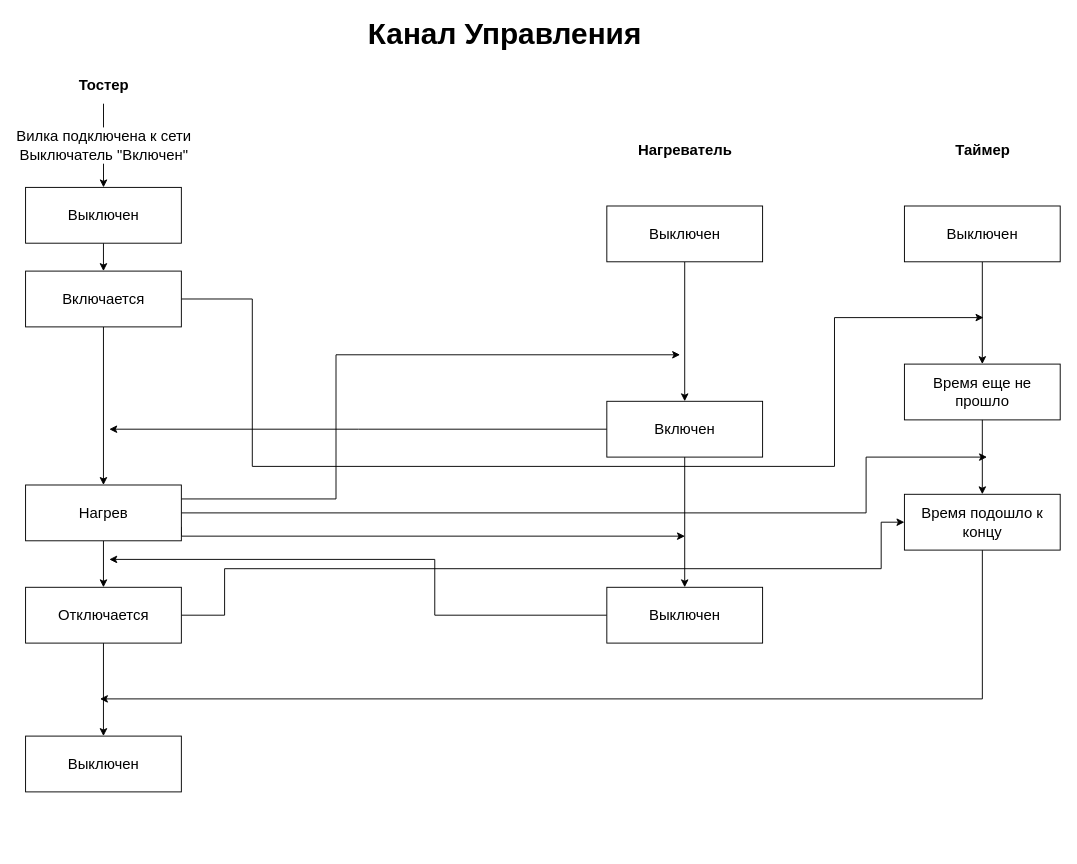
The draw.io diagram page "КУ" (5 of 5) of lab_05/Тостер.drawio in xanderkov/ics7-OOP, before the edit. Source tidied: cells renumbered, new cells numbered last; positions are measured from the earlier drawing's top-left corner, leaving out a move shared by most shapes. Both pictures are drawn from the tidied source at 93%, with x=0, y=0 at pixel (25, 20).
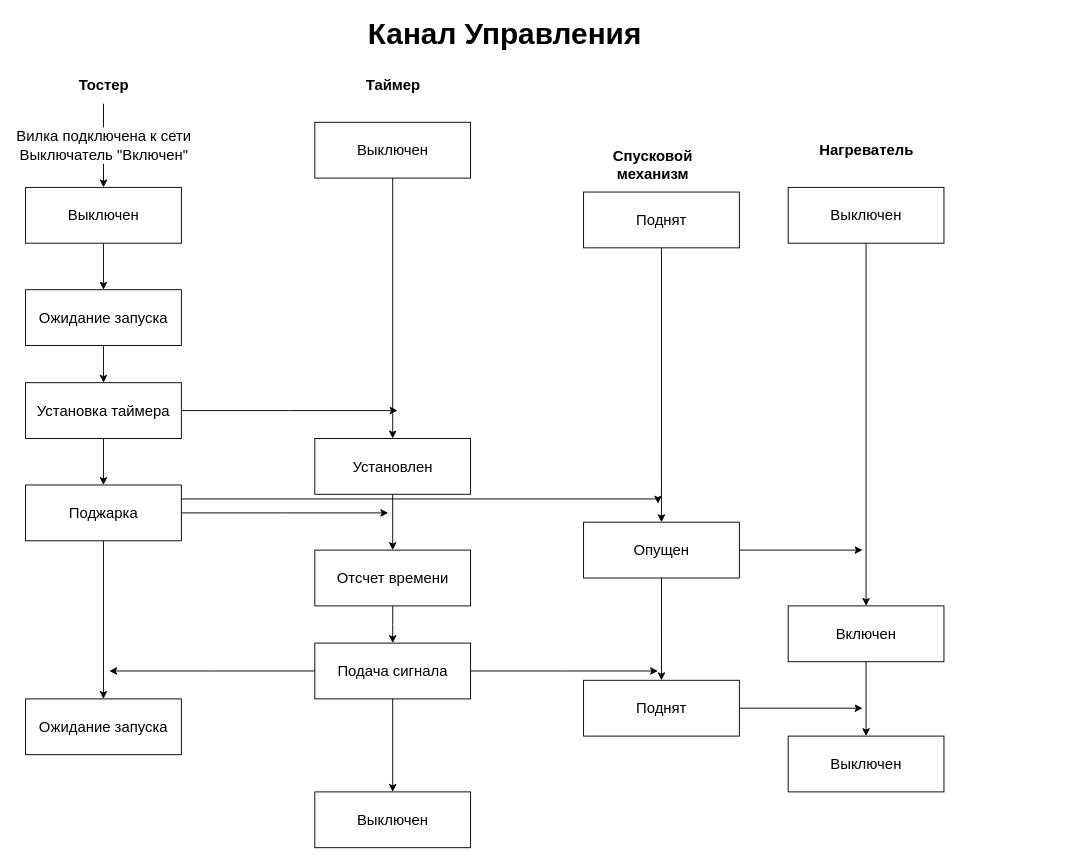
Above is the later version.

The edit, as a diff of the source:
```diff
@@
-    <mxCell id="5" style="edgeStyle=orthogonalEdgeStyle;rounded=0;jettySize=auto;html=1;exitX=0.5;exitY=1;exitDx=0;exitDy=0;entryX=0.5;entryY=0;entryDx=0;entryDy=0;fontSize=16;startArrow=none;startFill=0;" parent="1" edge="1" source="7" target="12">
-      <mxGeometry relative="1" as="geometry" />
-    </mxCell>
-    <mxCell id="6" style="edgeStyle=orthogonalEdgeStyle;rounded=0;jettySize=auto;html=1;exitX=1;exitY=0.5;exitDx=0;exitDy=0;" parent="1" edge="1" source="7">
-      <mxGeometry relative="1" as="geometry">
-        <mxPoint x="1030" y="320" as="targetPoint" />
-        <Array as="points">
-          <mxPoint x="243.8" y="300" />
-          <mxPoint x="243.8" y="480" />
-          <mxPoint x="869.8" y="480" />
-          <mxPoint x="869.8" y="320" />
-        </Array>
-      </mxGeometry>
-    </mxCell>
+    <mxCell id="34" style="edgeStyle=orthogonalEdgeStyle;rounded=0;jettySize=auto;html=1;" parent="1" edge="1" source="7" target="39">
+      <mxGeometry relative="1" as="geometry" />
+    </mxCell>
-    <mxCell id="7" value="Включается" style="rounded=0;whiteSpace=wrap;html=1;fontSize=16;" parent="1" vertex="1">
-      <mxGeometry y="270" width="167.5" height="60" as="geometry" />
+    <mxCell id="7" value="Ожидание запуска" style="rounded=0;whiteSpace=wrap;html=1;fontSize=16;" parent="1" vertex="1">
+      <mxGeometry y="290" width="167.5" height="60" as="geometry" />
     </mxCell>
@@
-    <mxCell id="9" style="edgeStyle=orthogonalEdgeStyle;rounded=0;jettySize=auto;html=1;fontSize=16;startArrow=none;startFill=0;exitX=1;exitY=0.75;exitDx=0;exitDy=0;" parent="1" edge="1" source="12">
-      <mxGeometry relative="1" as="geometry">
-        <mxPoint x="709" y="555" as="targetPoint" />
-        <Array as="points">
-          <mxPoint x="167.8" y="555" />
-        </Array>
-      </mxGeometry>
-    </mxCell>
-    <mxCell id="10" style="edgeStyle=orthogonalEdgeStyle;rounded=0;jettySize=auto;html=1;exitX=1;exitY=0.25;exitDx=0;exitDy=0;" parent="1" edge="1" source="12">
-      <mxGeometry relative="1" as="geometry">
-        <mxPoint x="703.8" y="360" as="targetPoint" />
-        <Array as="points">
-          <mxPoint x="333.8" y="515" />
-          <mxPoint x="333.8" y="360" />
-        </Array>
-      </mxGeometry>
-    </mxCell>
-    <mxCell id="11" style="edgeStyle=orthogonalEdgeStyle;rounded=0;jettySize=auto;html=1;exitX=1;exitY=0.5;exitDx=0;exitDy=0;" parent="1" edge="1" source="12">
-      <mxGeometry relative="1" as="geometry">
-        <mxPoint x="1033.8" y="470" as="targetPoint" />
-        <Array as="points">
-          <mxPoint x="903.8" y="530" />
-          <mxPoint x="903.8" y="470" />
-        </Array>
-      </mxGeometry>
-    </mxCell>
+    <mxCell id="35" style="edgeStyle=orthogonalEdgeStyle;rounded=0;jettySize=auto;html=1;" parent="1" edge="1" source="12">
+      <mxGeometry relative="1" as="geometry">
+        <mxPoint x="390" y="530" as="targetPoint" />
+      </mxGeometry>
+    </mxCell>
+    <mxCell id="36" style="edgeStyle=orthogonalEdgeStyle;rounded=0;jettySize=auto;html=1;exitX=1;exitY=0.25;exitDx=0;exitDy=0;" parent="1" edge="1" source="12">
+      <mxGeometry relative="1" as="geometry">
+        <mxPoint x="680" y="520" as="targetPoint" />
+        <Array as="points">
+          <mxPoint x="680" y="515" />
+        </Array>
+      </mxGeometry>
+    </mxCell>
-    <mxCell id="12" value="Нагрев" style="rounded=0;whiteSpace=wrap;html=1;fontSize=16;" parent="1" vertex="1">
+    <mxCell id="12" value="Поджарка" style="rounded=0;whiteSpace=wrap;html=1;fontSize=16;" parent="1" vertex="1">
       <mxGeometry y="500" width="167.5" height="60" as="geometry" />
     </mxCell>
-    <mxCell id="13" style="edgeStyle=orthogonalEdgeStyle;rounded=0;jettySize=auto;html=1;exitX=0.5;exitY=1;exitDx=0;exitDy=0;entryX=0.5;entryY=0;entryDx=0;entryDy=0;fontSize=16;startArrow=none;startFill=0;" parent="1" edge="1" source="15" target="16">
-      <mxGeometry relative="1" as="geometry" />
-    </mxCell>
-    <mxCell id="14" style="edgeStyle=orthogonalEdgeStyle;rounded=0;jettySize=auto;html=1;exitX=1;exitY=0.5;exitDx=0;exitDy=0;entryX=0;entryY=0.5;entryDx=0;entryDy=0;" parent="1" edge="1" source="15" target="31">
-      <mxGeometry relative="1" as="geometry">
-        <Array as="points">
-          <mxPoint x="214" y="640" />
-          <mxPoint x="214" y="590" />
-          <mxPoint x="920" y="590" />
-          <mxPoint x="920" y="540" />
-        </Array>
-      </mxGeometry>
-    </mxCell>
-    <mxCell id="15" value="Отключается" style="rounded=0;whiteSpace=wrap;html=1;fontSize=16;" parent="1" vertex="1">
-      <mxGeometry y="610" width="167.5" height="60" as="geometry" />
+    <mxCell id="15" value="Ожидание запуска" style="rounded=0;whiteSpace=wrap;html=1;fontSize=16;" parent="1" vertex="1">
+      <mxGeometry y="730" width="167.5" height="60" as="geometry" />
     </mxCell>
-    <mxCell id="16" value="Выключен" style="rounded=0;whiteSpace=wrap;html=1;fontSize=16;" parent="1" vertex="1">
-      <mxGeometry y="770" width="167.5" height="60" as="geometry" />
-    </mxCell>
@@
     <mxCell id="18" value="Выключен" style="rounded=0;whiteSpace=wrap;html=1;fontSize=16;" parent="1" vertex="1">
-      <mxGeometry x="625" y="200" width="167.5" height="60" as="geometry" />
+      <mxGeometry x="820" y="180" width="167.5" height="60" as="geometry" />
     </mxCell>
     <mxCell id="19" value="&lt;b&gt;Нагреватель&lt;/b&gt;" style="text;html=1;align=center;verticalAlign=middle;strokeColor=none;fontSize=16;" parent="1" vertex="1">
-      <mxGeometry x="648.8" y="130" width="120" height="20" as="geometry" />
+      <mxGeometry x="843.8" y="130" width="120" height="20" as="geometry" />
     </mxCell>
-    <mxCell id="20" style="edgeStyle=orthogonalEdgeStyle;rounded=0;jettySize=auto;html=1;exitX=0;exitY=0.5;exitDx=0;exitDy=0;fontSize=32;" parent="1" edge="1" source="21">
-      <mxGeometry relative="1" as="geometry">
-        <mxPoint x="90" y="440" as="targetPoint" />
-      </mxGeometry>
-    </mxCell>
     <mxCell id="21" value="Включен" style="rounded=0;whiteSpace=wrap;html=1;fontSize=16;" parent="1" vertex="1">
-      <mxGeometry x="625" y="410" width="167.5" height="60" as="geometry" />
+      <mxGeometry x="820" y="630" width="167.5" height="60" as="geometry" />
     </mxCell>
@@
-    <mxCell id="23" style="edgeStyle=orthogonalEdgeStyle;rounded=0;jettySize=auto;html=1;exitX=0;exitY=0.5;exitDx=0;exitDy=0;fontSize=32;" parent="1" edge="1" source="24">
-      <mxGeometry relative="1" as="geometry">
-        <mxPoint x="90" y="580" as="targetPoint" />
-        <Array as="points">
-          <mxPoint x="440" y="640" />
-          <mxPoint x="440" y="580" />
-        </Array>
-      </mxGeometry>
-    </mxCell>
     <mxCell id="24" value="Выключен" style="rounded=0;whiteSpace=wrap;html=1;fontSize=16;" parent="1" vertex="1">
-      <mxGeometry x="625" y="610" width="167.5" height="60" as="geometry" />
+      <mxGeometry x="820" y="770" width="167.5" height="60" as="geometry" />
     </mxCell>
-    <mxCell id="25" style="edgeStyle=orthogonalEdgeStyle;rounded=0;jettySize=auto;html=1;exitX=0.5;exitY=1;exitDx=0;exitDy=0;entryX=0.5;entryY=0;entryDx=0;entryDy=0;fontSize=16;startArrow=none;startFill=0;" parent="1" edge="1" source="26" target="28">
-      <mxGeometry relative="1" as="geometry" />
-    </mxCell>
-    <mxCell id="26" value="Выключен" style="rounded=0;whiteSpace=wrap;html=1;fontSize=16;" parent="1" vertex="1">
-      <mxGeometry x="945" y="200" width="167.5" height="60" as="geometry" />
-    </mxCell>
-    <mxCell id="27" value="&lt;b&gt;Таймер&lt;br&gt;&lt;/b&gt;" style="text;html=1;align=center;verticalAlign=middle;strokeColor=none;fontSize=16;" parent="1" vertex="1">
-      <mxGeometry x="993.8" y="130" width="70" height="20" as="geometry" />
-    </mxCell>
-    <mxCell id="28" value="Время еще не прошло" style="rounded=0;whiteSpace=wrap;html=1;fontSize=16;" parent="1" vertex="1">
-      <mxGeometry x="945" y="370" width="167.5" height="60" as="geometry" />
-    </mxCell>
-    <mxCell id="29" style="edgeStyle=orthogonalEdgeStyle;rounded=0;jettySize=auto;html=1;exitX=0.5;exitY=1;exitDx=0;exitDy=0;entryX=0.5;entryY=0;entryDx=0;entryDy=0;fontSize=16;startArrow=none;startFill=0;" parent="1" edge="1" source="28" target="31">
-      <mxGeometry relative="1" as="geometry" />
-    </mxCell>
-    <mxCell id="30" style="edgeStyle=orthogonalEdgeStyle;rounded=0;jettySize=auto;html=1;" parent="1" edge="1" source="31">
-      <mxGeometry relative="1" as="geometry">
-        <mxPoint x="80" y="730" as="targetPoint" />
-        <Array as="points">
-          <mxPoint x="1029" y="730" />
-        </Array>
-      </mxGeometry>
-    </mxCell>
-    <mxCell id="31" value="Время подошло к концу" style="rounded=0;whiteSpace=wrap;html=1;fontSize=16;" parent="1" vertex="1">
-      <mxGeometry x="945" y="510" width="167.5" height="60" as="geometry" />
-    </mxCell>
@@
+    <mxCell id="37" style="edgeStyle=orthogonalEdgeStyle;rounded=0;jettySize=auto;html=1;" parent="1" edge="1" source="39" target="12">
+      <mxGeometry relative="1" as="geometry" />
+    </mxCell>
+    <mxCell id="38" style="edgeStyle=orthogonalEdgeStyle;rounded=0;jettySize=auto;html=1;" parent="1" edge="1" source="39">
+      <mxGeometry relative="1" as="geometry">
+        <mxPoint x="400" y="420" as="targetPoint" />
+      </mxGeometry>
+    </mxCell>
+    <mxCell id="39" value="Установка таймера" style="rounded=0;whiteSpace=wrap;html=1;fontSize=16;" parent="1" vertex="1">
+      <mxGeometry y="390" width="167.5" height="60" as="geometry" />
+    </mxCell>
+    <mxCell id="40" style="edgeStyle=orthogonalEdgeStyle;rounded=0;jettySize=auto;html=1;entryX=0.5;entryY=0;entryDx=0;entryDy=0;" parent="1" edge="1" source="41" target="45">
+      <mxGeometry relative="1" as="geometry" />
+    </mxCell>
+    <mxCell id="41" value="Поднят" style="rounded=0;whiteSpace=wrap;html=1;fontSize=16;" parent="1" vertex="1">
+      <mxGeometry x="600" y="185" width="167.5" height="60" as="geometry" />
+    </mxCell>
+    <mxCell id="42" value="&lt;div style=&quot;text-align: center;&quot;&gt;&lt;span style=&quot;background-color: initial; font-size: 16px;&quot;&gt;&lt;b&gt;Спусковой&lt;/b&gt;&lt;/span&gt;&lt;/div&gt;&lt;div style=&quot;text-align: center;&quot;&gt;&lt;span style=&quot;background-color: initial; font-size: 16px;&quot;&gt;&lt;b&gt;механизм&lt;/b&gt;&lt;/span&gt;&lt;/div&gt;" style="text;whiteSpace=wrap;html=1;" parent="1" vertex="1">
+      <mxGeometry x="630" y="130" width="130" height="30" as="geometry" />
+    </mxCell>
+    <mxCell id="43" style="edgeStyle=orthogonalEdgeStyle;rounded=0;jettySize=auto;html=1;entryX=0.5;entryY=0;entryDx=0;entryDy=0;" parent="1" edge="1" source="45" target="47">
+      <mxGeometry relative="1" as="geometry" />
+    </mxCell>
+    <mxCell id="44" style="edgeStyle=orthogonalEdgeStyle;rounded=0;jettySize=auto;html=1;" parent="1" edge="1" source="45">
+      <mxGeometry relative="1" as="geometry">
+        <mxPoint x="900" y="570" as="targetPoint" />
+      </mxGeometry>
+    </mxCell>
+    <mxCell id="45" value="Опущен" style="rounded=0;whiteSpace=wrap;html=1;fontSize=16;" parent="1" vertex="1">
+      <mxGeometry x="600" y="540" width="167.5" height="60" as="geometry" />
+    </mxCell>
+    <mxCell id="46" style="edgeStyle=orthogonalEdgeStyle;rounded=0;jettySize=auto;html=1;" parent="1" edge="1" source="47">
+      <mxGeometry relative="1" as="geometry">
+        <mxPoint x="900" y="740" as="targetPoint" />
+      </mxGeometry>
+    </mxCell>
+    <mxCell id="47" value="Поднят" style="rounded=0;whiteSpace=wrap;html=1;fontSize=16;" parent="1" vertex="1">
+      <mxGeometry x="600" y="710" width="167.5" height="60" as="geometry" />
+    </mxCell>
+    <mxCell id="48" style="edgeStyle=orthogonalEdgeStyle;rounded=0;jettySize=auto;html=1;exitX=0.5;exitY=1;exitDx=0;exitDy=0;entryX=0.5;entryY=0;entryDx=0;entryDy=0;fontSize=16;startArrow=none;startFill=0;" parent="1" edge="1" source="49" target="50">
+      <mxGeometry relative="1" as="geometry" />
+    </mxCell>
+    <mxCell id="49" value="Выключен" style="rounded=0;whiteSpace=wrap;html=1;fontSize=16;" parent="1" vertex="1">
+      <mxGeometry x="311" y="110" width="167.5" height="60" as="geometry" />
+    </mxCell>
+    <mxCell id="27" value="&lt;b&gt;Таймер&lt;br&gt;&lt;/b&gt;" style="text;html=1;align=center;verticalAlign=middle;strokeColor=none;fontSize=16;" parent="1" vertex="1">
+      <mxGeometry x="359.8" y="60" width="70" height="20" as="geometry" />
+    </mxCell>
+    <mxCell id="50" value="Установлен" style="rounded=0;whiteSpace=wrap;html=1;fontSize=16;" parent="1" vertex="1">
+      <mxGeometry x="311" y="450" width="167.5" height="60" as="geometry" />
+    </mxCell>
+    <mxCell id="51" style="edgeStyle=orthogonalEdgeStyle;rounded=0;jettySize=auto;html=1;exitX=0.5;exitY=1;exitDx=0;exitDy=0;entryX=0.5;entryY=0;entryDx=0;entryDy=0;fontSize=16;startArrow=none;startFill=0;" parent="1" edge="1" source="50" target="53">
+      <mxGeometry relative="1" as="geometry" />
+    </mxCell>
+    <mxCell id="52" style="edgeStyle=orthogonalEdgeStyle;rounded=0;jettySize=auto;html=1;entryX=0.5;entryY=0;entryDx=0;entryDy=0;" parent="1" edge="1" source="53" target="57">
+      <mxGeometry relative="1" as="geometry" />
+    </mxCell>
+    <mxCell id="53" value="Отсчет времени" style="rounded=0;whiteSpace=wrap;html=1;fontSize=16;" parent="1" vertex="1">
+      <mxGeometry x="311" y="570" width="167.5" height="60" as="geometry" />
+    </mxCell>
+    <mxCell id="54" style="edgeStyle=orthogonalEdgeStyle;rounded=0;jettySize=auto;html=1;" parent="1" edge="1" source="57" target="58">
+      <mxGeometry relative="1" as="geometry" />
+    </mxCell>
+    <mxCell id="55" style="edgeStyle=orthogonalEdgeStyle;rounded=0;jettySize=auto;html=1;" parent="1" edge="1" source="57">
+      <mxGeometry relative="1" as="geometry">
+        <mxPoint x="90" y="700" as="targetPoint" />
+      </mxGeometry>
+    </mxCell>
+    <mxCell id="56" style="edgeStyle=orthogonalEdgeStyle;rounded=0;jettySize=auto;html=1;" parent="1" edge="1" source="57">
+      <mxGeometry relative="1" as="geometry">
+        <mxPoint x="680" y="700" as="targetPoint" />
+      </mxGeometry>
+    </mxCell>
+    <mxCell id="57" value="Подача сигнала" style="rounded=0;whiteSpace=wrap;html=1;fontSize=16;" parent="1" vertex="1">
+      <mxGeometry x="311" y="670" width="167.5" height="60" as="geometry" />
+    </mxCell>
+    <mxCell id="58" value="Выключен" style="rounded=0;whiteSpace=wrap;html=1;fontSize=16;" parent="1" vertex="1">
+      <mxGeometry x="311" y="830" width="167.5" height="60" as="geometry" />
+    </mxCell>
```
